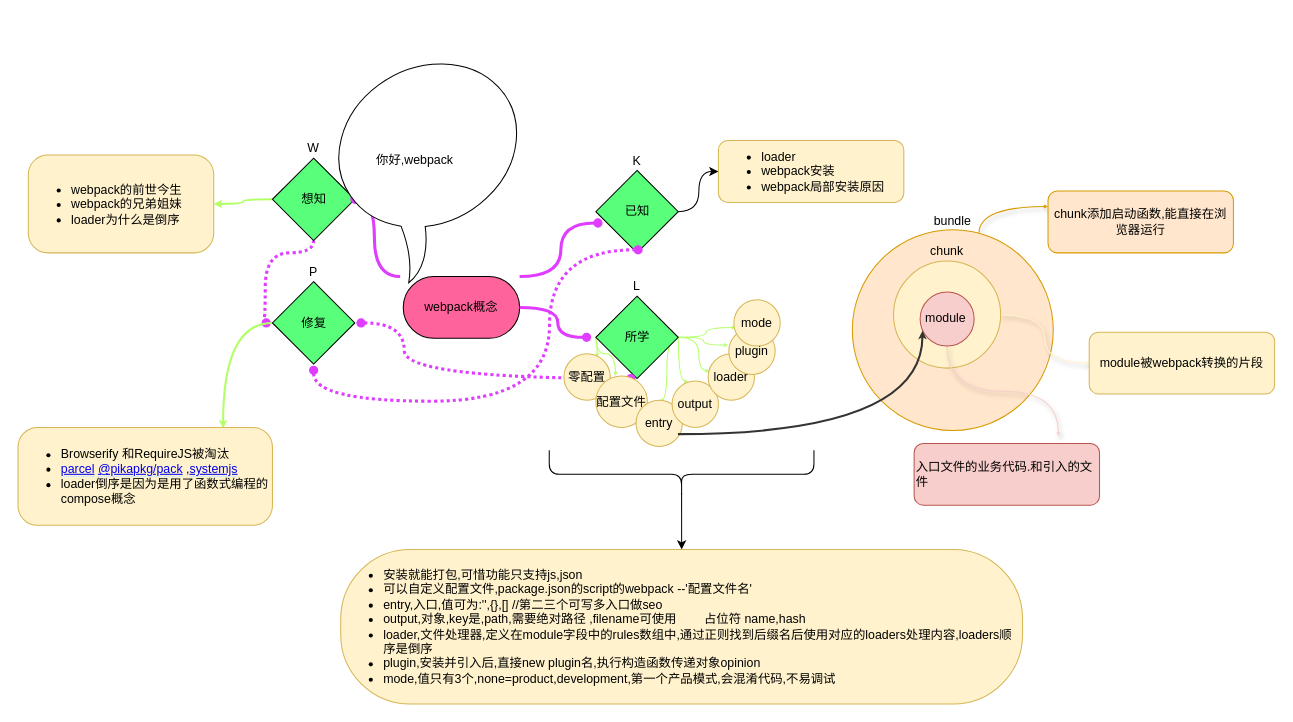
Earlier version of the draw.io diagram webpack核心概念梳理.drawio (cool-delete/-). Source tidied: cells renumbered, new cells numbered last; positions are measured from the earlier drawing's top-left corner, leaving out a move shared by most shapes. Both pictures are drawn from the tidied source at 103%, with x=0, y=0 at pixel (18, 56).
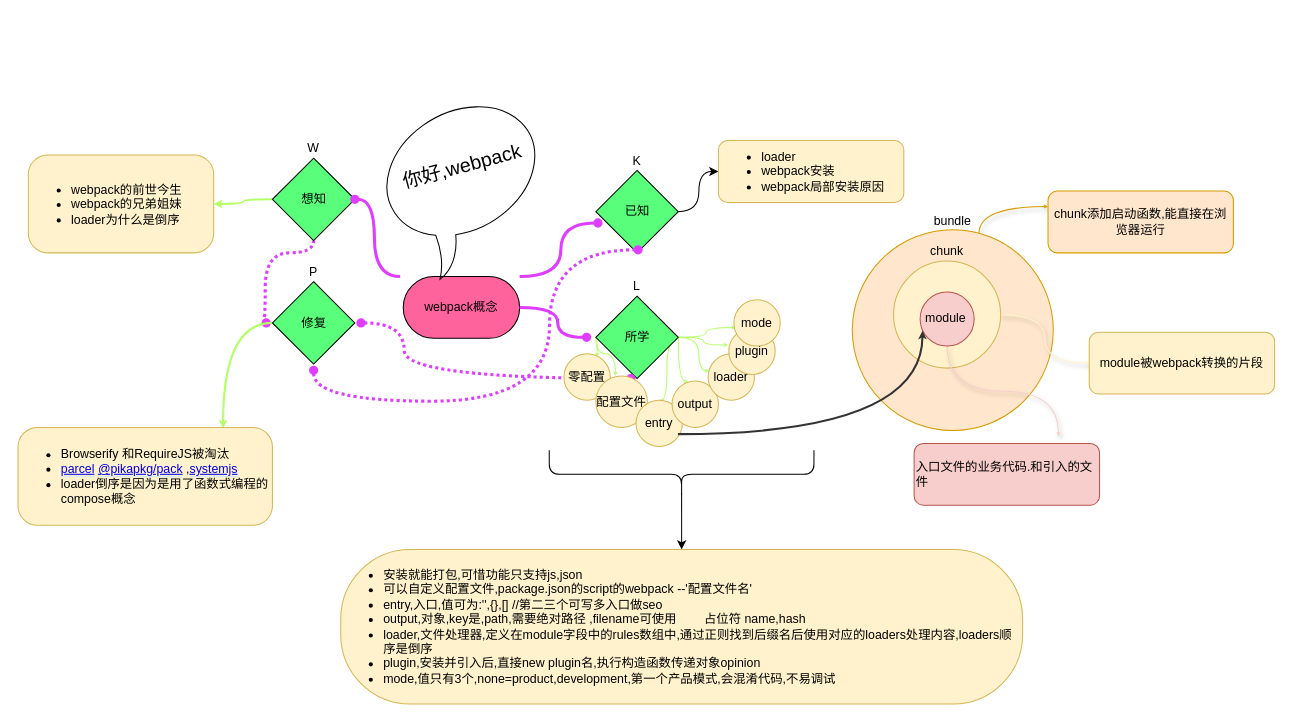
The same diagram, later.

Commit message:
完成-webpack核心概念梳理.drawio

What changed in the source:
```diff
@@
-    <mxCell id="28" style="whiteSpace=wrap;html=1;shape=mxgraph.basic.oval_callout;rotation=-30;" parent="1" vertex="1">
-      <mxGeometry x="304" y="0.5" width="200" height="190.5" as="geometry" />
+    <mxCell id="28" style="whiteSpace=wrap;html=1;shape=mxgraph.basic.oval_callout;rotation=-30;fillColor=none;" parent="1" vertex="1">
+      <mxGeometry x="350" y="46" width="169.5" height="145" as="geometry" />
     </mxCell>
@@
-    <mxCell id="51" value="&lt;span style=&quot;background-color: rgb(255 , 255 , 255)&quot;&gt;你好,webpack&lt;/span&gt;" style="text;html=1;align=center;verticalAlign=middle;" parent="1" vertex="1">
-      <mxGeometry x="340" y="91" width="90" height="20" as="geometry" />
+    <mxCell id="51" value="&lt;span style=&quot;background-color: rgb(255, 255, 255); font-size: 19px;&quot;&gt;你好,webpack&lt;/span&gt;" style="text;html=1;align=center;verticalAlign=middle;fontSize=19;rotation=-15;" parent="1" vertex="1">
+      <mxGeometry x="360.5" y="93" width="140" height="30" as="geometry" />
     </mxCell>
```
